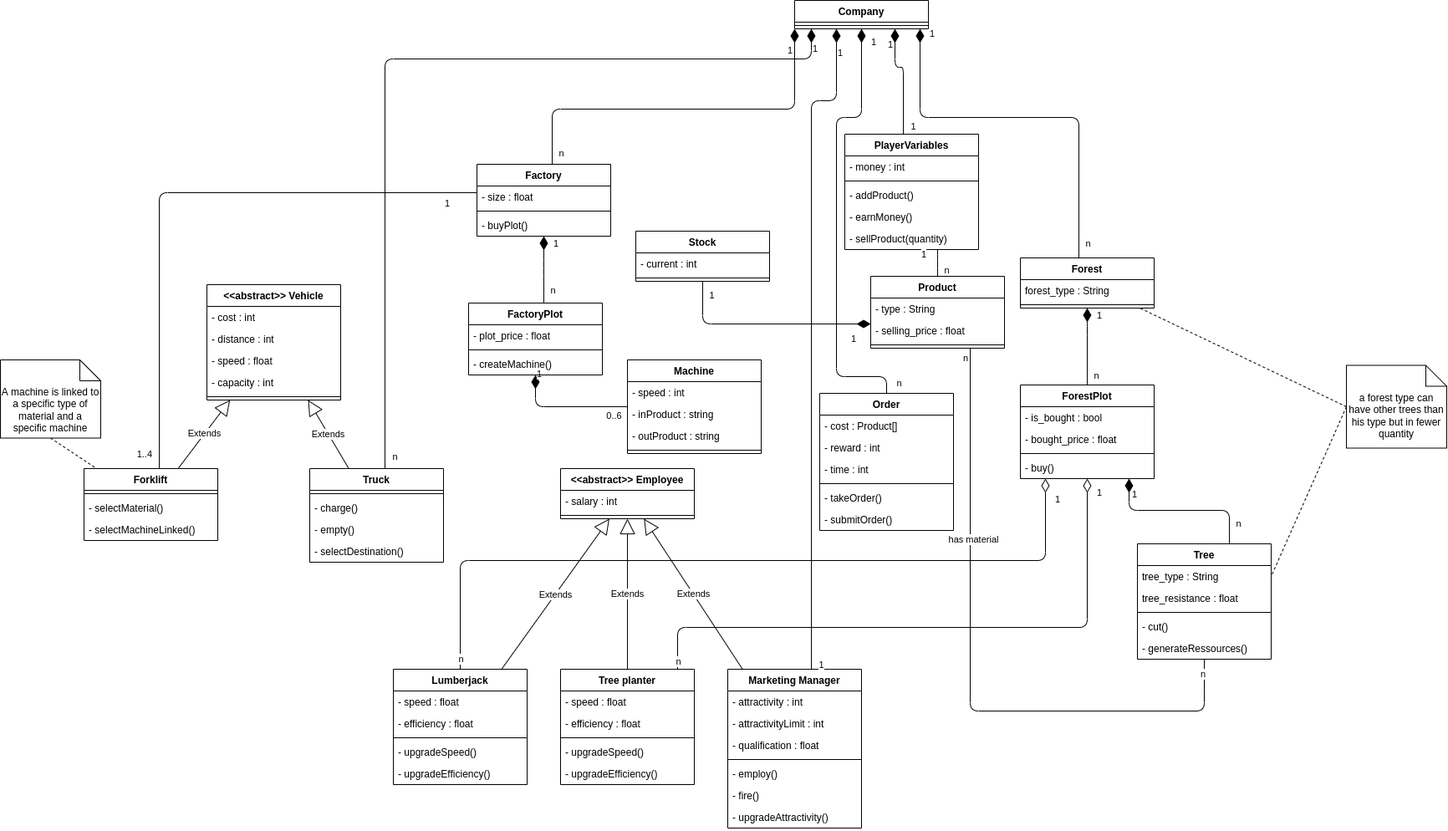
This is UML_diagrams/class_diagram.png from QuinD3cim/AP4B_Lumber, a draw.io export, as it was before one commit. Source tidied: cells renumbered, new cells last; positions are measured from the earlier drawing's top-left corner, leaving out a move shared by most shapes.
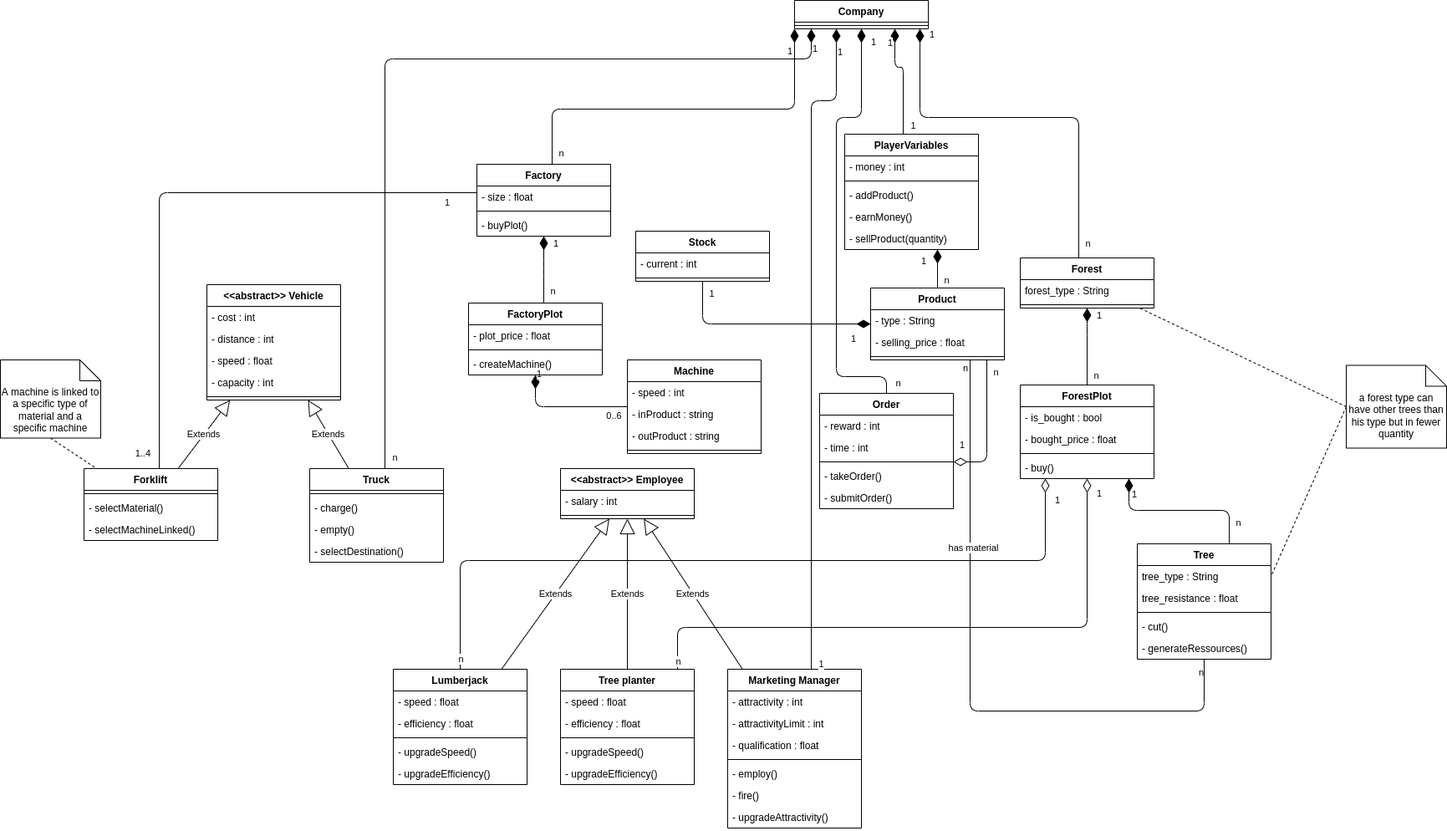
After the change.

Commit message:
:memo: Modification of class_diagram

The edit, as a diff of the source:
```diff
@@ -183,7 +183,7 @@
       <mxGeometry y="60" width="160" height="26" as="geometry" />
     </mxCell>
     <mxCell id="62" value="Product" style="swimlane;fontStyle=1;align=center;verticalAlign=top;horizontal=1;startSize=26;" parent="1" vertex="1">
-      <mxGeometry x="1041" y="330" width="160" height="86" as="geometry" />
+      <mxGeometry x="1041" y="344" width="160" height="86" as="geometry" />
     </mxCell>
     <mxCell id="63" value="- type : String" style="text;strokeColor=none;fillColor=none;align=left;verticalAlign=top;spacingLeft=4;spacingRight=4;overflow=hidden;" parent="62" vertex="1">
       <mxGeometry y="26" width="160" height="26" as="geometry" />
@@ -195,25 +195,22 @@
       <mxGeometry y="78" width="160" height="8" as="geometry" />
     </mxCell>
     <mxCell id="66" value="Order" style="swimlane;fontStyle=1;align=center;verticalAlign=top;horizontal=1;startSize=26;" parent="1" vertex="1">
-      <mxGeometry x="980" y="470" width="160" height="164" as="geometry" />
+      <mxGeometry x="980" y="470" width="160" height="138" as="geometry" />
     </mxCell>
-    <mxCell id="67" value="- cost : Product[]" style="text;strokeColor=none;fillColor=none;align=left;verticalAlign=top;spacingLeft=4;spacingRight=4;overflow=hidden;" parent="66" vertex="1">
-      <mxGeometry y="26" width="160" height="26" as="geometry" />
-    </mxCell>
     <mxCell id="68" value="- reward : int" style="text;strokeColor=none;fillColor=none;align=left;verticalAlign=top;spacingLeft=4;spacingRight=4;overflow=hidden;" parent="66" vertex="1">
-      <mxGeometry y="52" width="160" height="26" as="geometry" />
+      <mxGeometry y="26" width="160" height="26" as="geometry" />
     </mxCell>
     <mxCell id="69" value="- time : int" style="text;strokeColor=none;fillColor=none;align=left;verticalAlign=top;spacingLeft=4;spacingRight=4;overflow=hidden;" parent="66" vertex="1">
-      <mxGeometry y="78" width="160" height="26" as="geometry" />
+      <mxGeometry y="52" width="160" height="26" as="geometry" />
     </mxCell>
     <mxCell id="70" style="line;strokeWidth=1;fillColor=none;align=left;verticalAlign=middle;spacingTop=-1;spacingLeft=3;spacingRight=3;labelPosition=right;" parent="66" vertex="1">
-      <mxGeometry y="104" width="160" height="8" as="geometry" />
+      <mxGeometry y="78" width="160" height="8" as="geometry" />
     </mxCell>
     <mxCell id="71" value="- takeOrder()" style="text;strokeColor=none;fillColor=none;align=left;verticalAlign=top;spacingLeft=4;spacingRight=4;overflow=hidden;" parent="66" vertex="1">
-      <mxGeometry y="112" width="160" height="26" as="geometry" />
+      <mxGeometry y="86" width="160" height="26" as="geometry" />
     </mxCell>
     <mxCell id="72" value="- submitOrder()" style="text;strokeColor=none;fillColor=none;align=left;verticalAlign=top;spacingLeft=4;spacingRight=4;overflow=hidden;" parent="66" vertex="1">
-      <mxGeometry y="138" width="160" height="26" as="geometry" />
+      <mxGeometry y="112" width="160" height="26" as="geometry" />
     </mxCell>
     <mxCell id="73" value="Company" style="swimlane;fontStyle=1;align=center;verticalAlign=top;horizontal=1;startSize=26;" parent="1" vertex="1">
       <mxGeometry x="950" width="160" height="34" as="geometry" />
@@ -293,7 +290,7 @@
         <mxPoint x="-9" y="12" as="offset" />
       </mxGeometry>
     </mxCell>
-    <mxCell id="89" value="1" style="endArrow=none;html=1;endSize=12;startArrow=none;startSize=14;startFill=1;edgeStyle=orthogonalEdgeStyle;align=left;verticalAlign=bottom;endFill=0;" parent="1" edge="1" source="10" target="62">
+    <mxCell id="89" value="1" style="endArrow=none;html=1;endSize=12;startArrow=diamondThin;startSize=14;startFill=1;edgeStyle=orthogonalEdgeStyle;align=left;verticalAlign=bottom;endFill=0;" parent="1" edge="1" source="10" target="62">
       <mxGeometry y="-21" relative="1" as="geometry">
         <Array as="points">
           <mxPoint x="1121" y="310" />
@@ -512,5 +509,18 @@
     <mxCell id="133" value="A machine is linked to a specific type of material and a specific machine" style="shape=note2;boundedLbl=1;whiteSpace=wrap;html=1;size=25;verticalAlign=top;align=center;" parent="1" vertex="1">
       <mxGeometry y="430" width="120" height="93.5" as="geometry" />
     </mxCell>
+    <mxCell id="134" value="1" style="endArrow=none;html=1;endSize=12;startArrow=diamondThin;startSize=14;startFill=0;edgeStyle=orthogonalEdgeStyle;align=left;verticalAlign=bottom;endFill=0;" parent="1" edge="1" source="66" target="62">
+      <mxGeometry x="-0.92" y="10" relative="1" as="geometry">
+        <Array as="points">
+          <mxPoint x="1180" y="552" />
+        </Array>
+        <mxPoint y="-1" as="offset" />
+      </mxGeometry>
+    </mxCell>
+    <mxCell id="135" value="n" style="edgeLabel;html=1;align=center;verticalAlign=middle;" parent="134" vertex="1">
+      <mxGeometry x="0.97" relative="1" as="geometry">
+        <mxPoint x="10" y="12" as="offset" />
+      </mxGeometry>
+    </mxCell>
   </root>
 </mxGraphModel>
```
